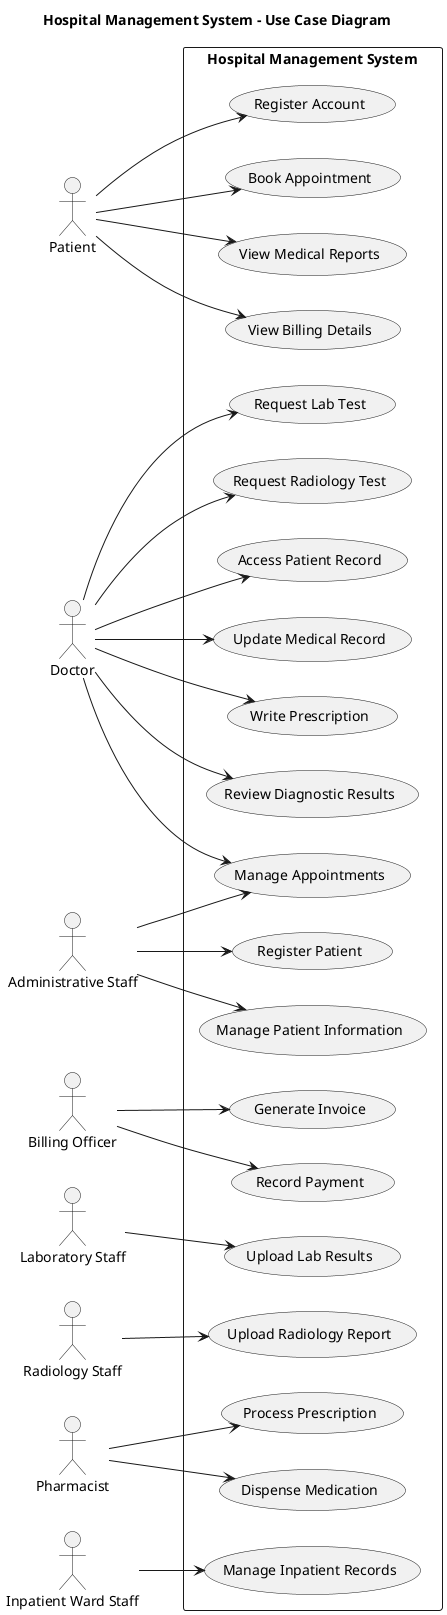
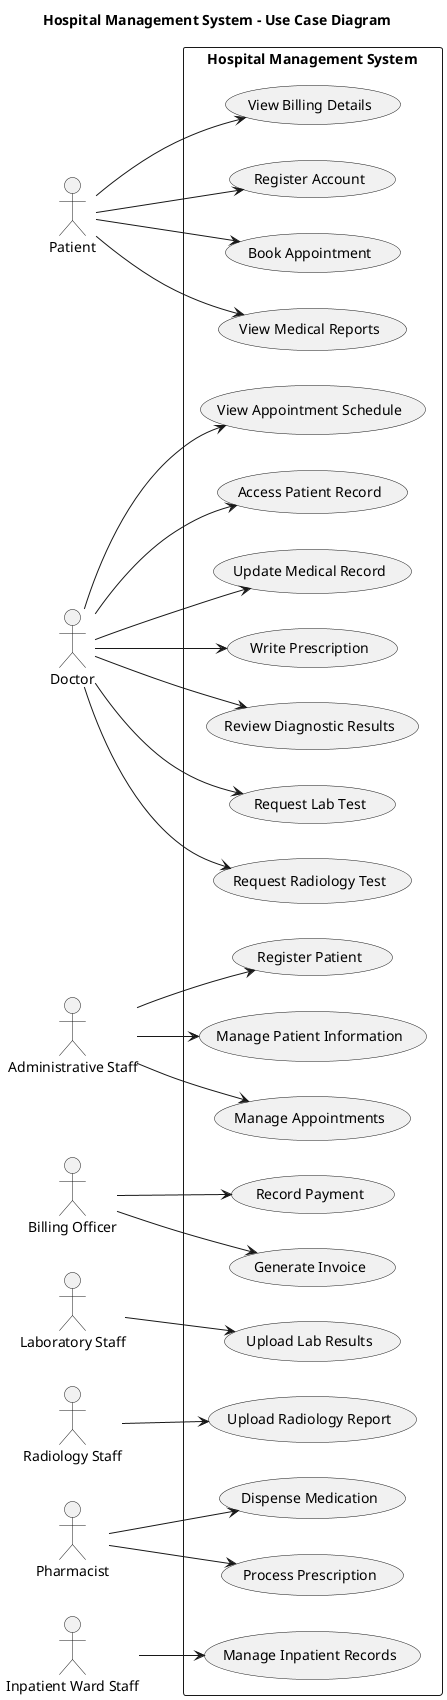
@startuml
left to right direction
title Hospital Management System - Use Case Diagram

skinparam backgroundColor white
skinparam shadowing false

actor Patient
actor Doctor
actor "Administrative Staff" as Admin
actor "Billing Officer" as Billing
actor "Laboratory Staff" as Lab
actor "Radiology Staff" as Radiology
actor Pharmacist
actor "Inpatient Ward Staff" as Ward

rectangle "Hospital Management System" {

  usecase "Register Account" as UC1
  usecase "Book Appointment" as UC2
  usecase "View Medical Reports" as UC3
  usecase "View Billing Details" as UC4

-   usecase "Manage Appointments" as UC5
+   usecase "View Appointment Schedule" as UC5
  usecase "Access Patient Record" as UC6
  usecase "Update Medical Record" as UC7
  usecase "Write Prescription" as UC8
  usecase "Review Diagnostic Results" as UC9
  usecase "Request Lab Test" as UC10
  usecase "Request Radiology Test" as UC11

  usecase "Register Patient" as UC12
  usecase "Manage Patient Information" as UC13
+   usecase "Manage Appointments" as UC14

-   usecase "Upload Lab Results" as UC14
-   usecase "Upload Radiology Report" as UC15
+   usecase "Upload Lab Results" as UC15
+   usecase "Upload Radiology Report" as UC16

-   usecase "Process Prescription" as UC16
-   usecase "Dispense Medication" as UC17
+   usecase "Process Prescription" as UC17
+   usecase "Dispense Medication" as UC18

-   usecase "Generate Invoice" as UC18
-   usecase "Record Payment" as UC19
+   usecase "Generate Invoice" as UC19
+   usecase "Record Payment" as UC20

-   usecase "Manage Inpatient Records" as UC20
+   usecase "Manage Inpatient Records" as UC21
}

Patient --> UC1
Patient --> UC2
Patient --> UC3
Patient --> UC4

Doctor --> UC5
Doctor --> UC6
Doctor --> UC7
Doctor --> UC8
Doctor --> UC9
Doctor --> UC10
Doctor --> UC11

Admin --> UC12
Admin --> UC13
- Admin --> UC5
+ Admin --> UC14

- Lab --> UC14
- Radiology --> UC15
+ Lab --> UC15
+ Radiology --> UC16

- Pharmacist --> UC16
Pharmacist --> UC17
+ Pharmacist --> UC18

- Billing --> UC18
Billing --> UC19
+ Billing --> UC20

- Ward --> UC20
+ Ward --> UC21

@enduml